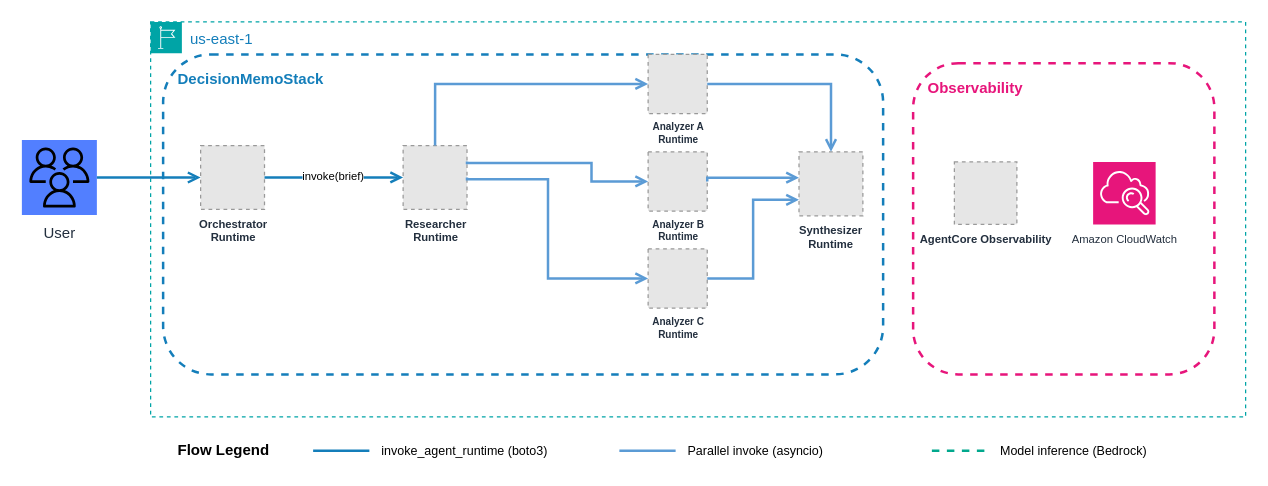
The draw.io diagram samples/04-parallel-fork-join/production/architecture.drawio in aws-samples/sample-multi-agent-systems-with-strands-workshop, before the edit. Source tidied: cells renumbered, new cells numbered last; positions are measured from the earlier drawing's top-left corner, leaving out a move shared by most shapes. Both pictures are drawn from the tidied source at 125%, with x=0, y=0 at pixel (21, 21). Pictures stored in the file or linked from it are replaced by grey dashed boxes.
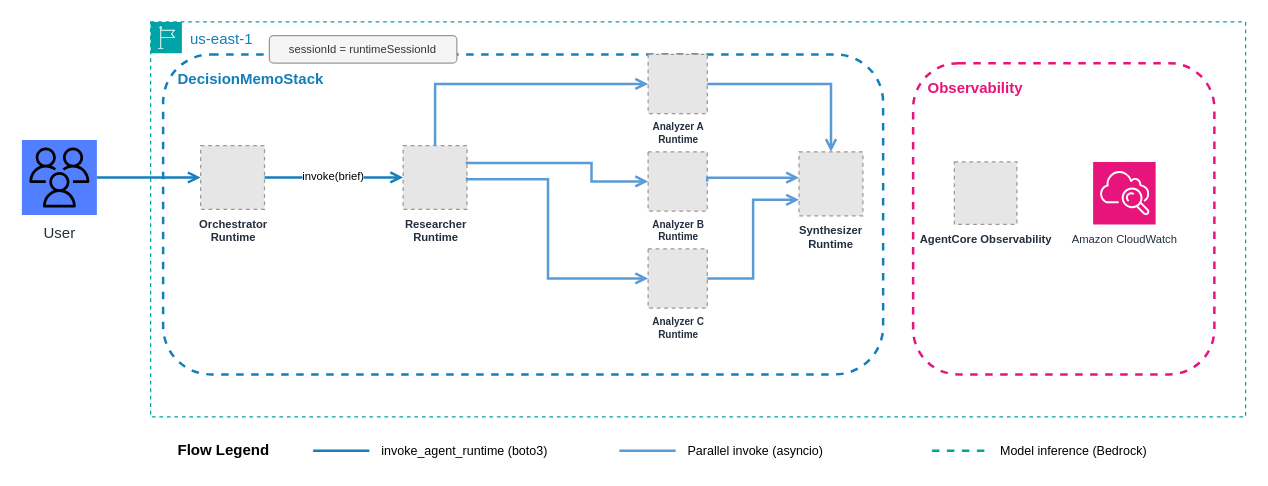
Above is the later version.

Commit message (it also covers changes not shown here):
Update production diagrams: add AgentCore Memory to module 08, add sessionId/actorId labels to all modules

The edit, as a diff of the source:
```diff
@@
+    <mxCell id="29" value="sessionId = runtimeSessionId" style="text;html=1;whiteSpace=wrap;strokeColor=#999999;fillColor=#f5f5f5;align=center;verticalAlign=middle;rounded=1;fontSize=9;fontColor=#333333;" parent="1" vertex="1">
+      <mxGeometry x="198" y="11" width="150" height="22" as="geometry" />
+    </mxCell>
```
